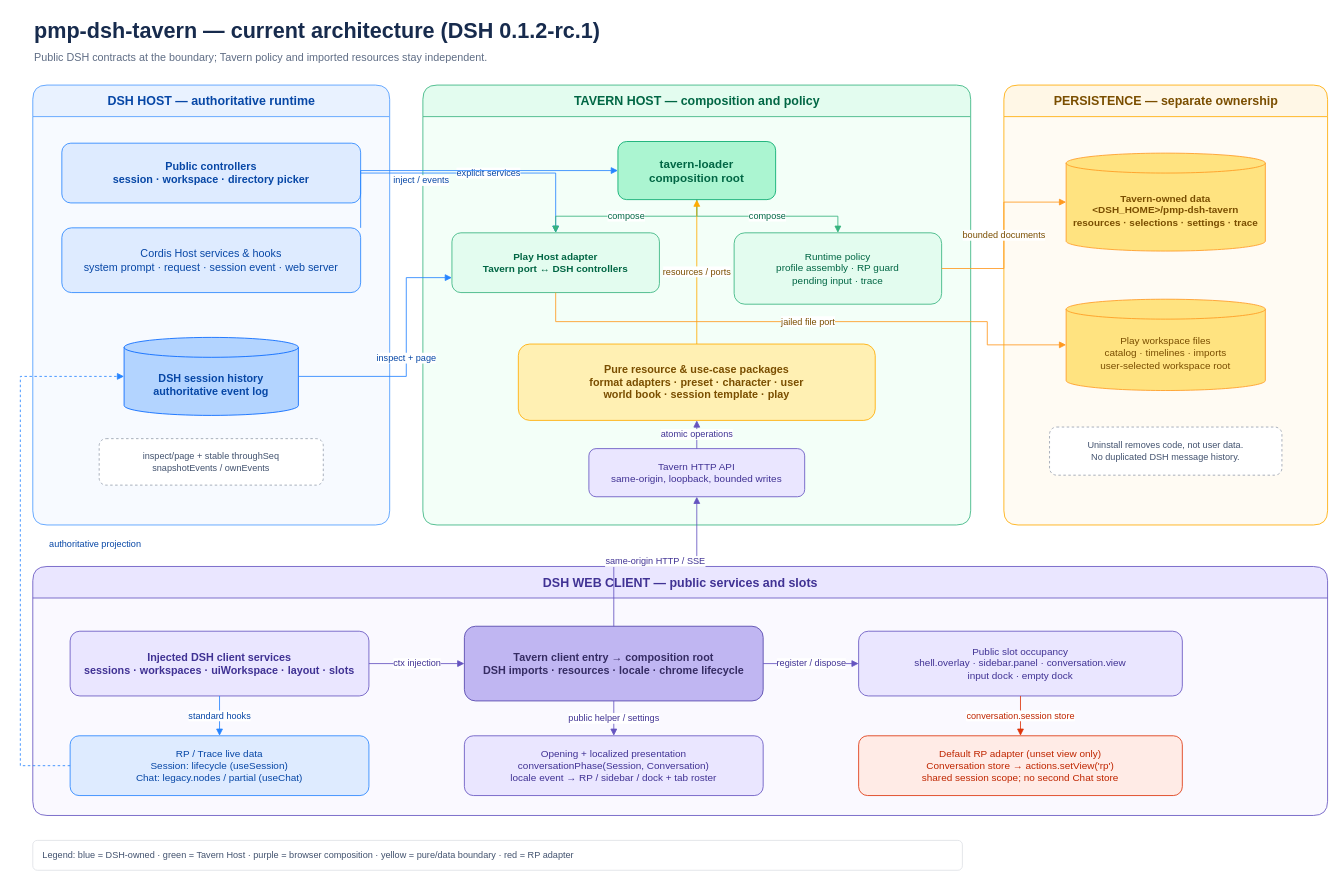
Above: docs/assets/dsh-tavern-architecture.drawio in Player-MINEPIG/dsh-tavern (draw.io), before the change. Source tidied: cells renumbered, new cells numbered last; positions are measured from the earlier drawing's top-left corner, leaving out a move shared by most shapes. Both pictures are drawn from the tidied source at 83%, with x=0, y=0 at pixel (20, 14).
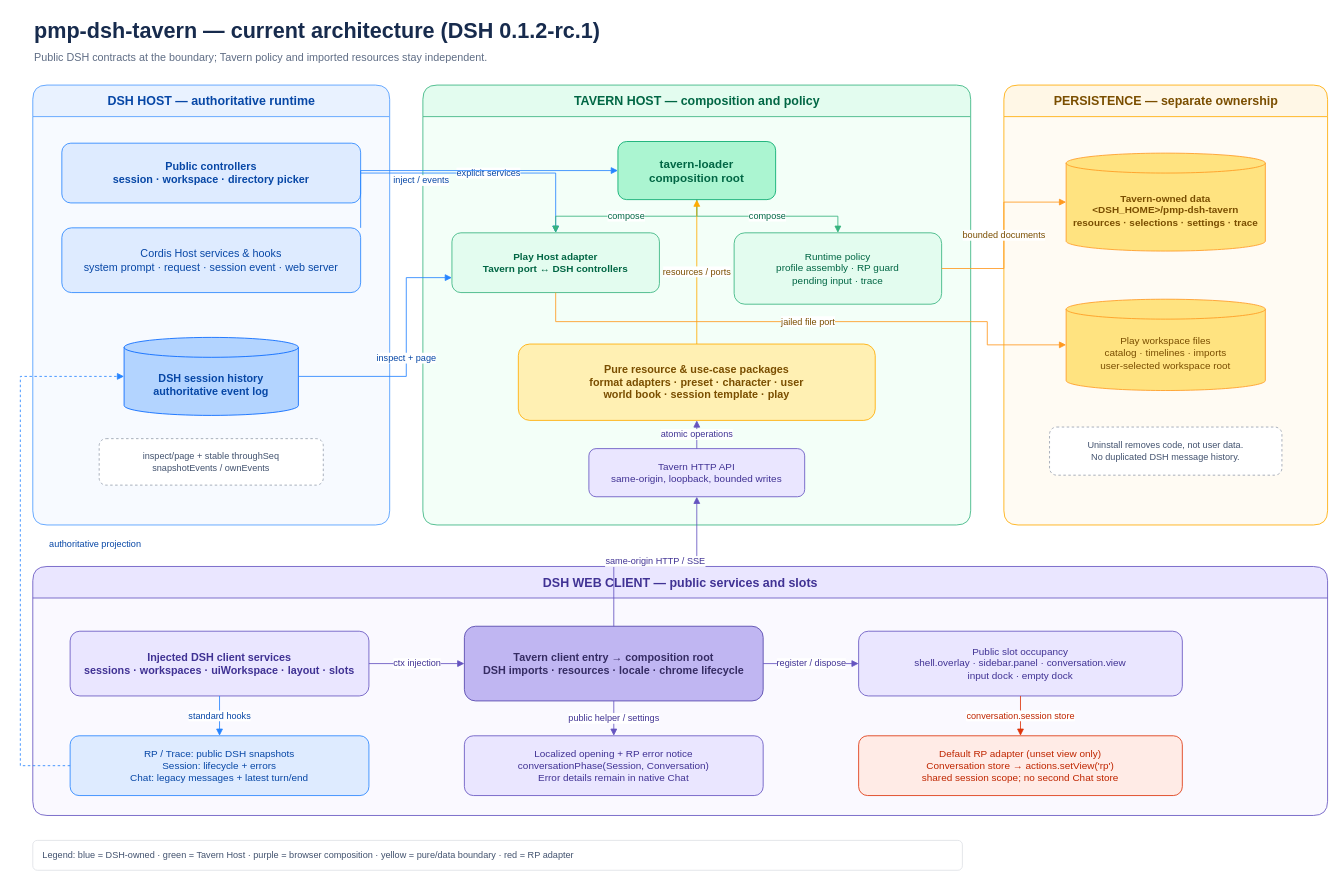
The same diagram, later.

Commit message (it also covers changes not shown here):
docs: document RP error boundaries and acceptance status

Unchanged cells that the change refers to:
```xml
<mxCell id="19" value="DSH WEB CLIENT — public services and slots" style="swimlane;html=1;rounded=1;horizontal=1;startSize=38;fillColor=#EAE6FF;swimlaneFillColor=#FAF9FF;strokeColor=#6554C0;fontColor=#403294;fontStyle=1;fontSize=15;" parent="1" vertex="1">
  <mxGeometry x="15" y="665" width="1560" height="300" as="geometry" />
</mxCell>
```

Change to the diagram source:
```diff
@@
-    <mxCell id="24" value="RP / Trace live data&#10;Session: lifecycle (useSession)&#10;Chat: legacy.nodes / partial (useChat)" style="rounded=1;whiteSpace=wrap;html=1;fillColor=#DEEBFF;strokeColor=#2684FF;fontColor=#0747A6;fontSize=12;spacing=8;" parent="19" vertex="1">
+    <mxCell id="24" value="RP / Trace: public DSH snapshots&#10;Session: lifecycle + errors&#10;Chat: legacy messages + latest turn/end" style="rounded=1;whiteSpace=wrap;html=1;fillColor=#DEEBFF;strokeColor=#2684FF;fontColor=#0747A6;fontSize=12;spacing=8;" parent="19" vertex="1">
       <mxGeometry x="45" y="204" width="360" height="72" as="geometry" />
     </mxCell>
-    <mxCell id="25" value="Opening + localized presentation&#10;conversationPhase(Session, Conversation)&#10;locale event → RP / sidebar / dock + tab roster" style="rounded=1;whiteSpace=wrap;html=1;fillColor=#EAE6FF;strokeColor=#6554C0;fontColor=#403294;fontSize=12;spacing=8;" parent="19" vertex="1">
+    <mxCell id="25" value="Localized opening + RP error notice&#10;conversationPhase(Session, Conversation)&#10;Error details remain in native Chat" style="rounded=1;whiteSpace=wrap;html=1;fillColor=#EAE6FF;strokeColor=#6554C0;fontColor=#403294;fontSize=12;spacing=8;" parent="19" vertex="1">
       <mxGeometry x="520" y="204" width="360" height="72" as="geometry" />
     </mxCell>
```
